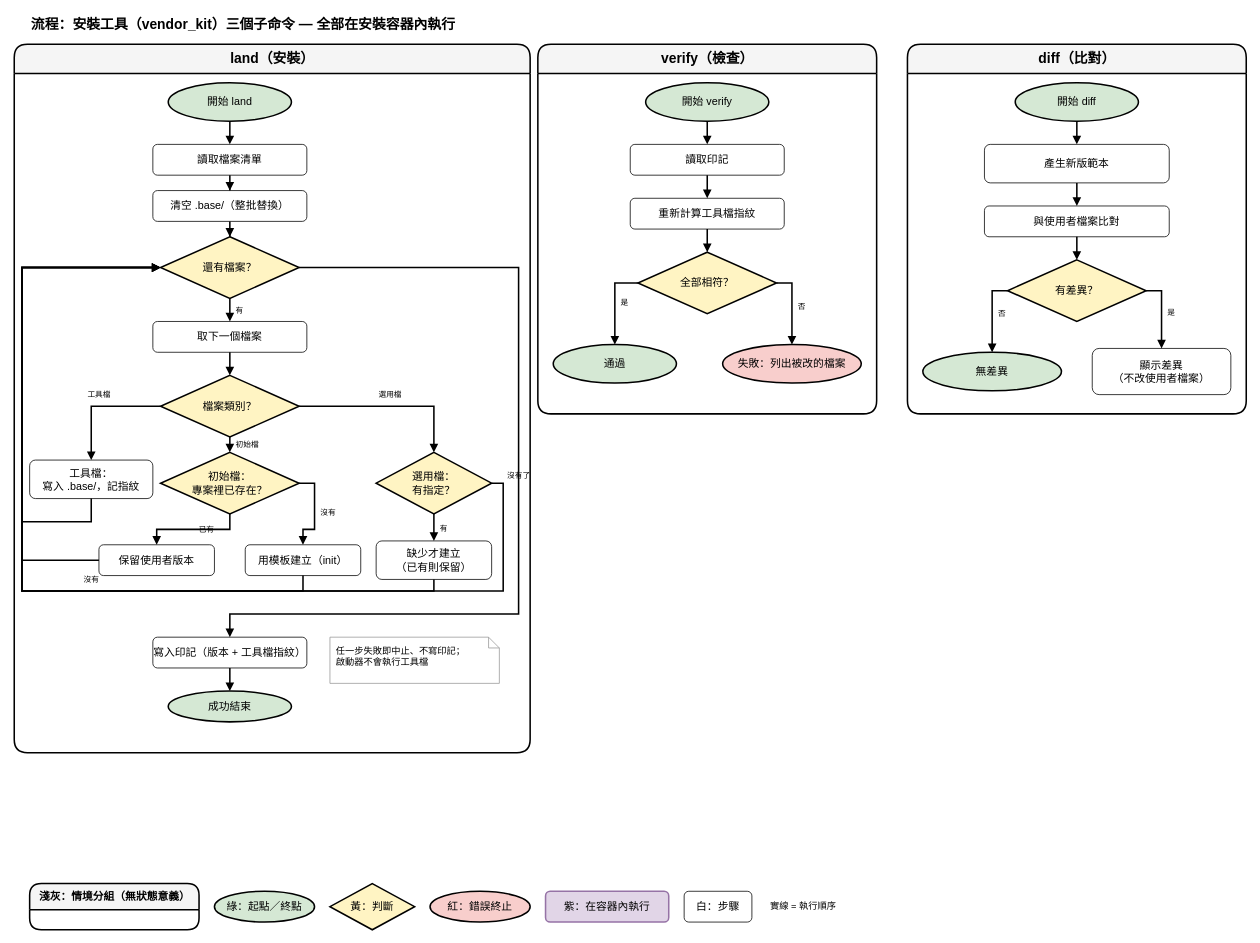
Earlier version of the draw.io diagram page "5. 流程：安裝工具" (5 of 6) of dist_distribution.drawio (ycpss91255-research/vendor_kit). Source tidied: cells renumbered, new cells numbered last; positions are measured from the earlier drawing's top-left corner, leaving out a move shared by most shapes. Both pictures are drawn from the tidied source at 77%, with x=0, y=0 at pixel (14, 13).
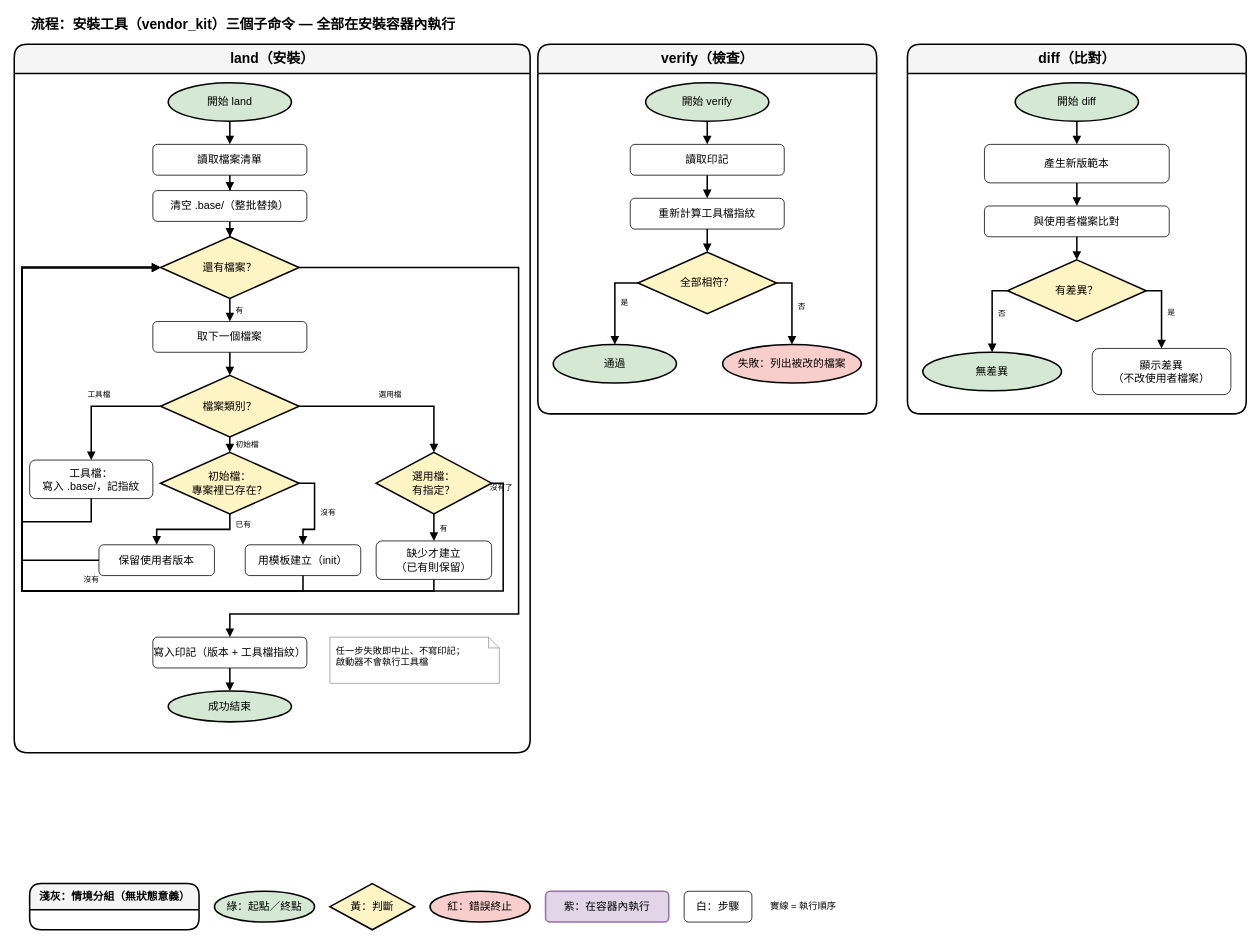
Above is the later version.

Unchanged cells that the change refers to:
```xml
<mxCell id="3" value="land（安裝）" style="swimlane;html=1;rounded=1;startSize=38;fontStyle=1;fontSize=18;fillColor=#f5f5f5;swimlaneFillColor=#ffffff;strokeColor=#000000;strokeWidth=2;" parent="1" vertex="1">
  <mxGeometry y="40" width="670" height="920" as="geometry" />
</mxCell>
<mxCell id="7" value="還有檔案？" style="rhombus;whiteSpace=wrap;html=1;fillColor=#FFF4C3;strokeColor=#000000;strokeWidth=2;fontSize=14;" parent="3" vertex="1">
  <mxGeometry x="190" y="250" width="180" height="80" as="geometry" />
</mxCell>
<mxCell id="11" value="初始檔：&lt;br&gt;專案裡已存在？" style="rhombus;whiteSpace=wrap;html=1;fillColor=#FFF4C3;strokeColor=#000000;strokeWidth=2;fontSize=14;" parent="3" vertex="1">
  <mxGeometry x="190" y="530" width="180" height="80" as="geometry" />
</mxCell>
<mxCell id="14" value="保留使用者版本" style="rounded=1;whiteSpace=wrap;html=1;fillColor=#ffffff;strokeColor=light-dark(#000000,#9577A3);fontSize=14;strokeWidth=1;" parent="3" vertex="1">
  <mxGeometry x="110" y="650" width="150" height="40" as="geometry" />
</mxCell>
<mxCell id="16" value="寫入印記（版本 + 工具檔指紋）" style="rounded=1;whiteSpace=wrap;html=1;fillColor=#ffffff;strokeColor=light-dark(#000000,#9577A3);fontSize=14;strokeWidth=1;" parent="3" vertex="1">
  <mxGeometry x="180" y="770" width="200" height="40" as="geometry" />
</mxCell>
```

The edit, as a diff of the source:
```diff
@@
     <mxCell id="28" value="已有" style="edgeStyle=orthogonalEdgeStyle;rounded=0;jettySize=auto;html=1;strokeColor=default;strokeWidth=2;align=center;verticalAlign=bottom;spacingBottom=6;fontFamily=Helvetica;fontSize=10;fontColor=default;labelBorderColor=none;labelBackgroundColor=none;endArrow=block;endFill=1;exitX=0.5;exitY=1;exitDx=0;exitDy=0;entryX=0.5;entryY=0;entryDx=0;entryDy=0;align=left;verticalAlign=middle;spacingLeft=6;spacingBottom=0;" parent="1" edge="1" source="11" target="14">
-      <mxGeometry relative="1" as="geometry" />
+      <mxGeometry x="-0.8" relative="1" as="geometry" />
     </mxCell>
@@
-    <mxCell id="30" value="沒有了" style="edgeStyle=orthogonalEdgeStyle;rounded=0;jettySize=auto;html=1;strokeColor=default;strokeWidth=2;align=center;verticalAlign=bottom;spacingBottom=6;fontFamily=Helvetica;fontSize=10;fontColor=default;labelBorderColor=none;labelBackgroundColor=none;endArrow=block;endFill=1;exitX=1;exitY=0.5;exitDx=0;exitDy=0;entryX=0.5;entryY=0;entryDx=0;entryDy=0;" parent="3" edge="1" source="7" target="16">
+    <mxCell id="30" value="沒有了" style="edgeStyle=orthogonalEdgeStyle;rounded=0;jettySize=auto;html=1;strokeColor=default;strokeWidth=2;align=center;verticalAlign=bottom;spacingBottom=6;fontFamily=Helvetica;fontSize=10;fontColor=default;labelBorderColor=none;labelBackgroundColor=none;endArrow=block;endFill=1;align=right;verticalAlign=middle;spacingRight=6;spacingBottom=0;exitX=1;exitY=0.5;exitDx=0;exitDy=0;entryX=0.5;entryY=0;entryDx=0;entryDy=0;" parent="3" edge="1" source="7" target="16">
       <mxGeometry relative="1" as="geometry">
         <Array as="points">
           <mxPoint x="655" y="290" />
           <mxPoint x="655" y="740" />
           <mxPoint x="280" y="740" />
         </Array>
       </mxGeometry>
     </mxCell>
```
